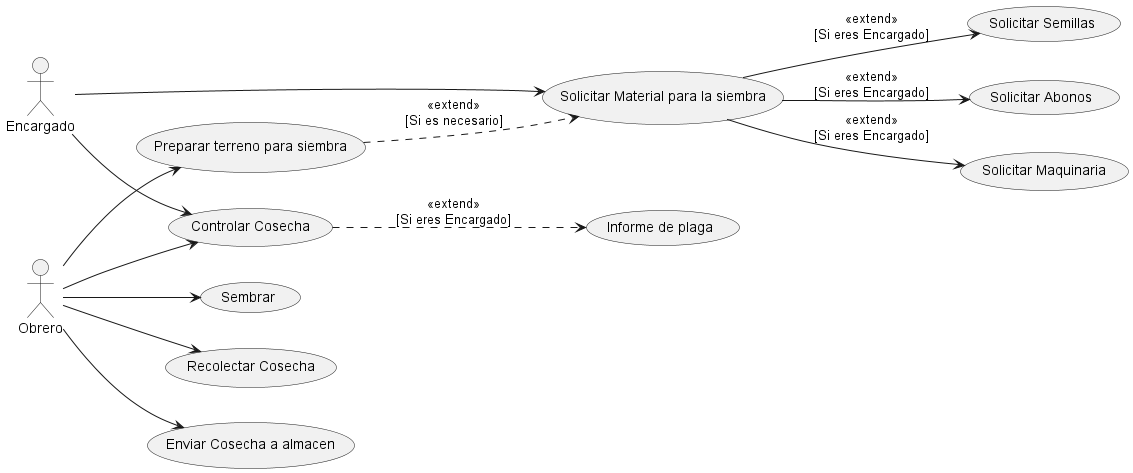
Before: out/Tema6/Ejercicio3/name Ejercicio3_LRP.png, a diagram exported from PlantUML (LuisRPAP/EntornosDesarrollo). Source of this version:
```plantuml
@startuml name Ejercicio3_LRP

left to right direction

actor Obrero
actor Encargado


usecase "Preparar terreno para siembra" as UC1
usecase "Sembrar" as UC2
usecase "Controlar Cosecha" as UC3
usecase "Informe de plaga" as UC31
usecase "Recolectar Cosecha" as UC4
usecase "Enviar Cosecha a almacen" as UC5
usecase "Solicitar Material para la siembra" as UC6
usecase "Solicitar Semillas" as UC7
usecase "Solicitar Abonos" as UC8
usecase "Solicitar Maquinaria" as UC9

Obrero --> UC1
Obrero --> UC2
Obrero --> UC3
Obrero --> UC4
Obrero --> UC5

Encargado --> UC6
Encargado --> UC3


UC6 --> UC7 : <<extend>>\n[Si eres Encargado]
UC6 --> UC8 : <<extend>>\n[Si eres Encargado]
UC6 --> UC9 : <<extend>>\n[Si eres Encargado]

UC3 ..> UC31 : <<extend>>\n[Si eres Encargado]
UC1 ..> UC6 : <<extend>>\n[Si es necesario]


@enduml
```
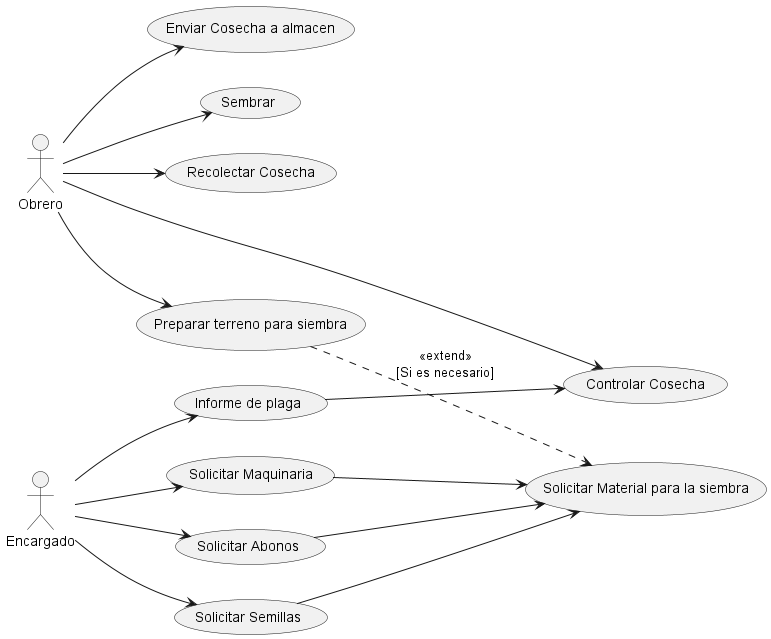
After the commit.

Commit message:
despues de ultima modificacion

Change to the diagram source:
```diff
@@ -23,15 +23,17 @@
 Obrero --> UC4
 Obrero --> UC5
 
-Encargado --> UC6
-Encargado --> UC3
+Encargado --> UC7
+Encargado --> UC8
+Encargado --> UC9
+Encargado --> UC31
 
 
-UC6 --> UC7 : <<extend>>\n[Si eres Encargado]
-UC6 --> UC8 : <<extend>>\n[Si eres Encargado]
-UC6 --> UC9 : <<extend>>\n[Si eres Encargado]
+UC31 -->UC3
+UC7 --> UC6
+UC8 --> UC6
+UC9 --> UC6
 
-UC3 ..> UC31 : <<extend>>\n[Si eres Encargado]
 UC1 ..> UC6 : <<extend>>\n[Si es necesario]
 
 
```
